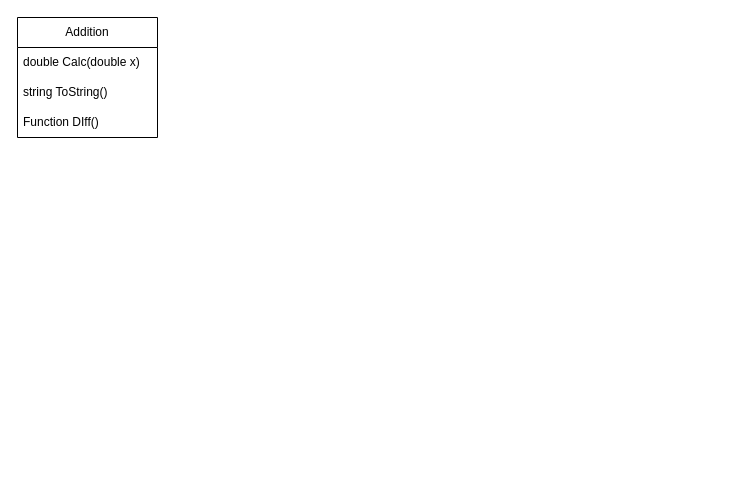
The draw.io diagram Lab_3.drawio in JeffTheK/Lab_3, before the edit. Source tidied: cells renumbered, new cells numbered last; positions are measured from the earlier drawing's top-left corner, leaving out a move shared by most shapes. Both pictures are drawn from the tidied source at 100%, with x=0, y=0 at pixel (17, 17).
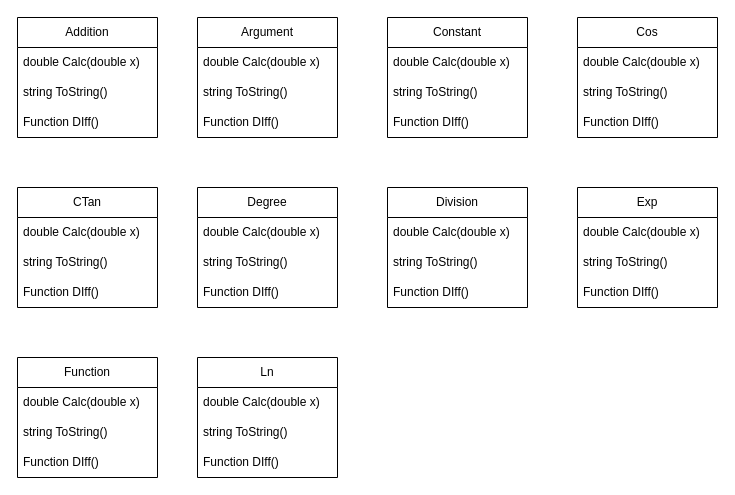
After the change.

What changed in the source:
```diff
@@
+    <mxCell id="6" value="Argument" style="swimlane;fontStyle=0;horizontal=1;startSize=30;whiteSpace=wrap;html=1;" parent="1" vertex="1">
+      <mxGeometry x="180" width="140" height="120" as="geometry" />
+    </mxCell>
+    <mxCell id="7" value="double Calc(double x)" style="text;strokeColor=none;fillColor=none;align=left;verticalAlign=middle;spacingLeft=4;spacingRight=4;overflow=hidden;whiteSpace=wrap;html=1;" parent="6" vertex="1">
+      <mxGeometry y="30" width="140" height="30" as="geometry" />
+    </mxCell>
+    <mxCell id="8" value="string ToString()" style="text;strokeColor=none;fillColor=none;align=left;verticalAlign=middle;spacingLeft=4;spacingRight=4;overflow=hidden;whiteSpace=wrap;html=1;" parent="6" vertex="1">
+      <mxGeometry y="60" width="140" height="30" as="geometry" />
+    </mxCell>
+    <mxCell id="9" value="Function DIff()" style="text;strokeColor=none;fillColor=none;align=left;verticalAlign=middle;spacingLeft=4;spacingRight=4;overflow=hidden;whiteSpace=wrap;html=1;" parent="6" vertex="1">
+      <mxGeometry y="90" width="140" height="30" as="geometry" />
+    </mxCell>
+    <mxCell id="10" value="Constant" style="swimlane;fontStyle=0;horizontal=1;startSize=30;whiteSpace=wrap;html=1;" parent="1" vertex="1">
+      <mxGeometry x="370" width="140" height="120" as="geometry" />
+    </mxCell>
+    <mxCell id="11" value="double Calc(double x)" style="text;strokeColor=none;fillColor=none;align=left;verticalAlign=middle;spacingLeft=4;spacingRight=4;overflow=hidden;whiteSpace=wrap;html=1;" parent="10" vertex="1">
+      <mxGeometry y="30" width="140" height="30" as="geometry" />
+    </mxCell>
+    <mxCell id="12" value="string ToString()" style="text;strokeColor=none;fillColor=none;align=left;verticalAlign=middle;spacingLeft=4;spacingRight=4;overflow=hidden;whiteSpace=wrap;html=1;" parent="10" vertex="1">
+      <mxGeometry y="60" width="140" height="30" as="geometry" />
+    </mxCell>
+    <mxCell id="13" value="Function DIff()" style="text;strokeColor=none;fillColor=none;align=left;verticalAlign=middle;spacingLeft=4;spacingRight=4;overflow=hidden;whiteSpace=wrap;html=1;" parent="10" vertex="1">
+      <mxGeometry y="90" width="140" height="30" as="geometry" />
+    </mxCell>
+    <mxCell id="14" value="Cos" style="swimlane;fontStyle=0;horizontal=1;startSize=30;whiteSpace=wrap;html=1;" parent="1" vertex="1">
+      <mxGeometry x="560" width="140" height="120" as="geometry" />
+    </mxCell>
+    <mxCell id="15" value="double Calc(double x)" style="text;strokeColor=none;fillColor=none;align=left;verticalAlign=middle;spacingLeft=4;spacingRight=4;overflow=hidden;whiteSpace=wrap;html=1;" parent="14" vertex="1">
+      <mxGeometry y="30" width="140" height="30" as="geometry" />
+    </mxCell>
+    <mxCell id="16" value="string ToString()" style="text;strokeColor=none;fillColor=none;align=left;verticalAlign=middle;spacingLeft=4;spacingRight=4;overflow=hidden;whiteSpace=wrap;html=1;" parent="14" vertex="1">
+      <mxGeometry y="60" width="140" height="30" as="geometry" />
+    </mxCell>
+    <mxCell id="17" value="Function DIff()" style="text;strokeColor=none;fillColor=none;align=left;verticalAlign=middle;spacingLeft=4;spacingRight=4;overflow=hidden;whiteSpace=wrap;html=1;" parent="14" vertex="1">
+      <mxGeometry y="90" width="140" height="30" as="geometry" />
+    </mxCell>
+    <mxCell id="18" value="CTan" style="swimlane;fontStyle=0;horizontal=1;startSize=30;whiteSpace=wrap;html=1;" parent="1" vertex="1">
+      <mxGeometry y="170" width="140" height="120" as="geometry" />
+    </mxCell>
+    <mxCell id="19" value="double Calc(double x)" style="text;strokeColor=none;fillColor=none;align=left;verticalAlign=middle;spacingLeft=4;spacingRight=4;overflow=hidden;whiteSpace=wrap;html=1;" parent="18" vertex="1">
+      <mxGeometry y="30" width="140" height="30" as="geometry" />
+    </mxCell>
+    <mxCell id="20" value="string ToString()" style="text;strokeColor=none;fillColor=none;align=left;verticalAlign=middle;spacingLeft=4;spacingRight=4;overflow=hidden;whiteSpace=wrap;html=1;" parent="18" vertex="1">
+      <mxGeometry y="60" width="140" height="30" as="geometry" />
+    </mxCell>
+    <mxCell id="21" value="Function DIff()" style="text;strokeColor=none;fillColor=none;align=left;verticalAlign=middle;spacingLeft=4;spacingRight=4;overflow=hidden;whiteSpace=wrap;html=1;" parent="18" vertex="1">
+      <mxGeometry y="90" width="140" height="30" as="geometry" />
+    </mxCell>
+    <mxCell id="22" value="Degree" style="swimlane;fontStyle=0;horizontal=1;startSize=30;whiteSpace=wrap;html=1;" parent="1" vertex="1">
+      <mxGeometry x="180" y="170" width="140" height="120" as="geometry" />
+    </mxCell>
+    <mxCell id="23" value="double Calc(double x)" style="text;strokeColor=none;fillColor=none;align=left;verticalAlign=middle;spacingLeft=4;spacingRight=4;overflow=hidden;whiteSpace=wrap;html=1;" parent="22" vertex="1">
+      <mxGeometry y="30" width="140" height="30" as="geometry" />
+    </mxCell>
+    <mxCell id="24" value="string ToString()" style="text;strokeColor=none;fillColor=none;align=left;verticalAlign=middle;spacingLeft=4;spacingRight=4;overflow=hidden;whiteSpace=wrap;html=1;" parent="22" vertex="1">
+      <mxGeometry y="60" width="140" height="30" as="geometry" />
+    </mxCell>
+    <mxCell id="25" value="Function DIff()" style="text;strokeColor=none;fillColor=none;align=left;verticalAlign=middle;spacingLeft=4;spacingRight=4;overflow=hidden;whiteSpace=wrap;html=1;" parent="22" vertex="1">
+      <mxGeometry y="90" width="140" height="30" as="geometry" />
+    </mxCell>
+    <mxCell id="26" value="Division" style="swimlane;fontStyle=0;horizontal=1;startSize=30;whiteSpace=wrap;html=1;" parent="1" vertex="1">
+      <mxGeometry x="370" y="170" width="140" height="120" as="geometry" />
+    </mxCell>
+    <mxCell id="27" value="double Calc(double x)" style="text;strokeColor=none;fillColor=none;align=left;verticalAlign=middle;spacingLeft=4;spacingRight=4;overflow=hidden;whiteSpace=wrap;html=1;" parent="26" vertex="1">
+      <mxGeometry y="30" width="140" height="30" as="geometry" />
+    </mxCell>
+    <mxCell id="28" value="string ToString()" style="text;strokeColor=none;fillColor=none;align=left;verticalAlign=middle;spacingLeft=4;spacingRight=4;overflow=hidden;whiteSpace=wrap;html=1;" parent="26" vertex="1">
+      <mxGeometry y="60" width="140" height="30" as="geometry" />
+    </mxCell>
+    <mxCell id="29" value="Function DIff()" style="text;strokeColor=none;fillColor=none;align=left;verticalAlign=middle;spacingLeft=4;spacingRight=4;overflow=hidden;whiteSpace=wrap;html=1;" parent="26" vertex="1">
+      <mxGeometry y="90" width="140" height="30" as="geometry" />
+    </mxCell>
+    <mxCell id="30" value="Exp" style="swimlane;fontStyle=0;horizontal=1;startSize=30;whiteSpace=wrap;html=1;" parent="1" vertex="1">
+      <mxGeometry x="560" y="170" width="140" height="120" as="geometry" />
+    </mxCell>
+    <mxCell id="31" value="double Calc(double x)" style="text;strokeColor=none;fillColor=none;align=left;verticalAlign=middle;spacingLeft=4;spacingRight=4;overflow=hidden;whiteSpace=wrap;html=1;" parent="30" vertex="1">
+      <mxGeometry y="30" width="140" height="30" as="geometry" />
+    </mxCell>
+    <mxCell id="32" value="string ToString()" style="text;strokeColor=none;fillColor=none;align=left;verticalAlign=middle;spacingLeft=4;spacingRight=4;overflow=hidden;whiteSpace=wrap;html=1;" parent="30" vertex="1">
+      <mxGeometry y="60" width="140" height="30" as="geometry" />
+    </mxCell>
+    <mxCell id="33" value="Function DIff()" style="text;strokeColor=none;fillColor=none;align=left;verticalAlign=middle;spacingLeft=4;spacingRight=4;overflow=hidden;whiteSpace=wrap;html=1;" parent="30" vertex="1">
+      <mxGeometry y="90" width="140" height="30" as="geometry" />
+    </mxCell>
+    <mxCell id="34" value="Function" style="swimlane;fontStyle=0;horizontal=1;startSize=30;whiteSpace=wrap;html=1;" parent="1" vertex="1">
+      <mxGeometry y="340" width="140" height="120" as="geometry" />
+    </mxCell>
+    <mxCell id="35" value="double Calc(double x)" style="text;strokeColor=none;fillColor=none;align=left;verticalAlign=middle;spacingLeft=4;spacingRight=4;overflow=hidden;whiteSpace=wrap;html=1;" parent="34" vertex="1">
+      <mxGeometry y="30" width="140" height="30" as="geometry" />
+    </mxCell>
+    <mxCell id="36" value="string ToString()" style="text;strokeColor=none;fillColor=none;align=left;verticalAlign=middle;spacingLeft=4;spacingRight=4;overflow=hidden;whiteSpace=wrap;html=1;" parent="34" vertex="1">
+      <mxGeometry y="60" width="140" height="30" as="geometry" />
+    </mxCell>
+    <mxCell id="37" value="Function DIff()" style="text;strokeColor=none;fillColor=none;align=left;verticalAlign=middle;spacingLeft=4;spacingRight=4;overflow=hidden;whiteSpace=wrap;html=1;" parent="34" vertex="1">
+      <mxGeometry y="90" width="140" height="30" as="geometry" />
+    </mxCell>
+    <mxCell id="38" value="Ln" style="swimlane;fontStyle=0;horizontal=1;startSize=30;whiteSpace=wrap;html=1;" parent="1" vertex="1">
+      <mxGeometry x="180" y="340" width="140" height="120" as="geometry" />
+    </mxCell>
+    <mxCell id="39" value="double Calc(double x)" style="text;strokeColor=none;fillColor=none;align=left;verticalAlign=middle;spacingLeft=4;spacingRight=4;overflow=hidden;whiteSpace=wrap;html=1;" parent="38" vertex="1">
+      <mxGeometry y="30" width="140" height="30" as="geometry" />
+    </mxCell>
+    <mxCell id="40" value="string ToString()" style="text;strokeColor=none;fillColor=none;align=left;verticalAlign=middle;spacingLeft=4;spacingRight=4;overflow=hidden;whiteSpace=wrap;html=1;" parent="38" vertex="1">
+      <mxGeometry y="60" width="140" height="30" as="geometry" />
+    </mxCell>
+    <mxCell id="41" value="Function DIff()" style="text;strokeColor=none;fillColor=none;align=left;verticalAlign=middle;spacingLeft=4;spacingRight=4;overflow=hidden;whiteSpace=wrap;html=1;" parent="38" vertex="1">
+      <mxGeometry y="90" width="140" height="30" as="geometry" />
+    </mxCell>
```
